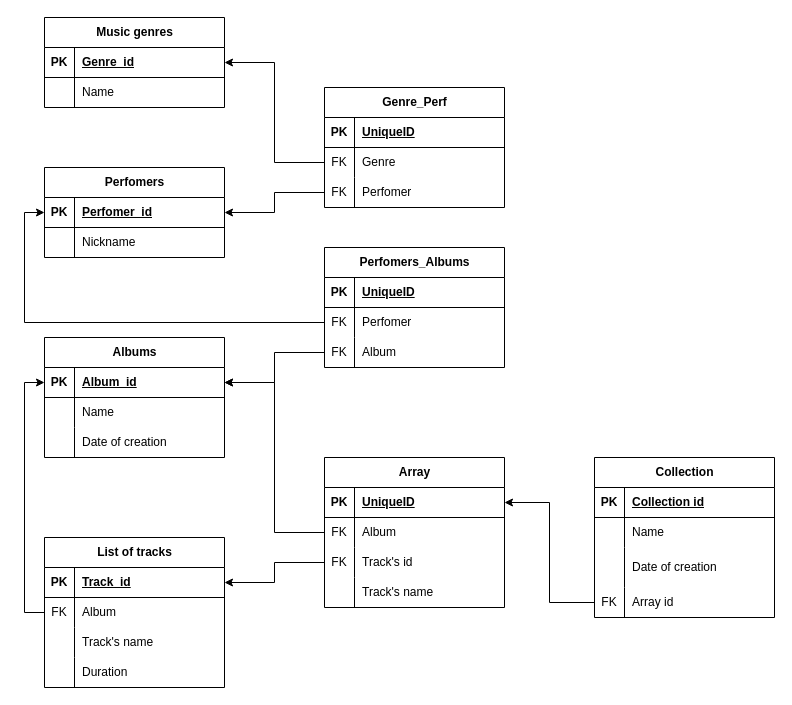
This is DZ - Postgres/dzPOSTGRES.drawio from Astapot/OOP, a draw.io file, before an edit. Source tidied: cells renumbered, new cells numbered last; positions are measured from the earlier drawing's top-left corner, leaving out a move shared by most shapes. Both pictures are drawn from the tidied source at 100%, with x=0, y=0 at pixel (44, 17).
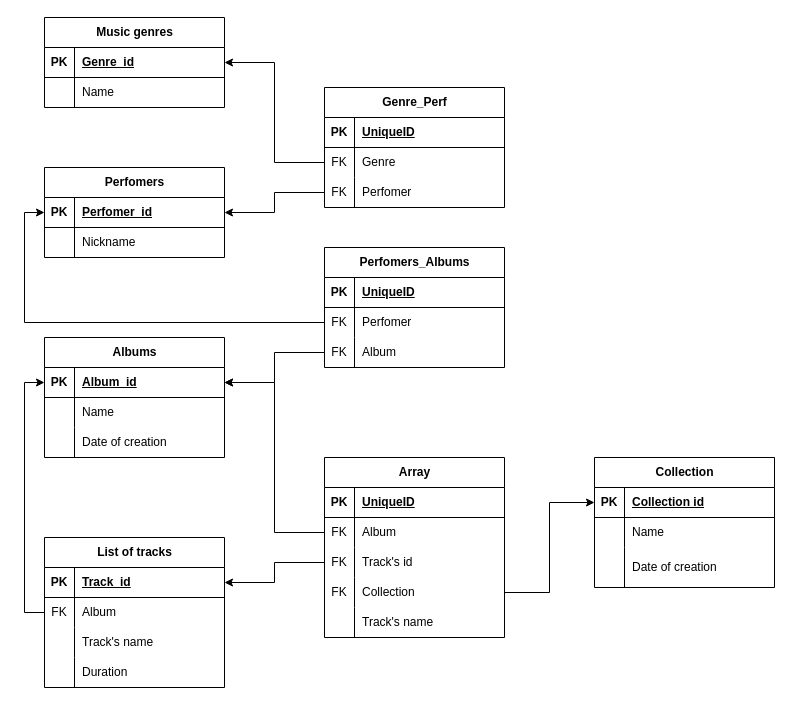
After the change.

Unchanged cells that the change refers to:
```xml
<mxCell id="64" style="shape=tableRow;horizontal=0;startSize=0;swimlaneHead=0;swimlaneBody=0;fillColor=none;points=[[0,0.5],[1,0.5]];portConstraint=eastwest;top=0;left=0;right=0;bottom=1;" parent="63" vertex="1">
  <mxGeometry y="30" width="180" height="30" as="geometry" />
</mxCell>
<mxCell id="78" style="shape=tableRow;horizontal=0;startSize=0;swimlaneHead=0;swimlaneBody=0;fillColor=none;points=[[0,0.5],[1,0.5]];portConstraint=eastwest;top=0;left=0;right=0;bottom=1;" parent="77" vertex="1">
  <mxGeometry y="30" width="180" height="30" as="geometry" />
</mxCell>
```

The edit, as a diff of the source:
```diff
@@
     <mxCell id="63" value="Collection" style="shape=table;startSize=30;childLayout=tableLayout;rowLines=0;fontStyle=1;align=center;html=1;" parent="1" vertex="1">
-      <mxGeometry x="550" y="440" width="180" height="160" as="geometry" />
+      <mxGeometry x="550" y="440" width="180" height="130" as="geometry" />
     </mxCell>
@@
-    <mxCell id="73" style="shape=tableRow;horizontal=0;startSize=0;swimlaneHead=0;swimlaneBody=0;fillColor=none;points=[[0,0.5],[1,0.5]];portConstraint=eastwest;top=0;left=0;right=0;bottom=0;" parent="63" vertex="1">
-      <mxGeometry y="130" width="180" height="30" as="geometry" />
-    </mxCell>
-    <mxCell id="74" value="FK" style="shape=partialRectangle;fillColor=none;top=0;left=0;bottom=0;right=0;overflow=hidden;whiteSpace=wrap;html=1;" parent="73" vertex="1">
-      <mxGeometry width="30" height="30" as="geometry" />
-    </mxCell>
-    <mxCell id="75" value="Array id" style="shape=partialRectangle;fillColor=none;top=0;left=0;bottom=0;right=0;align=left;spacingLeft=6;overflow=hidden;whiteSpace=wrap;html=1;" parent="73" vertex="1">
-      <mxGeometry x="30" width="150" height="30" as="geometry" />
-    </mxCell>
@@
     <mxCell id="77" value="Array" style="shape=table;startSize=30;childLayout=tableLayout;rowLines=0;fontStyle=1;align=center;html=1;" parent="1" vertex="1">
-      <mxGeometry x="280" y="440" width="180" height="150" as="geometry" />
+      <mxGeometry x="280" y="440" width="180" height="180" as="geometry" />
     </mxCell>
@@
+    <mxCell id="93" style="shape=tableRow;horizontal=0;startSize=0;swimlaneHead=0;swimlaneBody=0;fillColor=none;points=[[0,0.5],[1,0.5]];portConstraint=eastwest;top=0;left=0;right=0;bottom=0;" parent="77" vertex="1">
+      <mxGeometry y="120" width="180" height="30" as="geometry" />
+    </mxCell>
+    <mxCell id="74" value="FK" style="shape=partialRectangle;fillColor=none;top=0;left=0;bottom=0;right=0;overflow=hidden;whiteSpace=wrap;html=1;" parent="93" vertex="1">
+      <mxGeometry width="30" height="30" as="geometry" />
+    </mxCell>
+    <mxCell id="94" value="Collection" style="shape=partialRectangle;fillColor=none;top=0;left=0;bottom=0;right=0;align=left;spacingLeft=6;overflow=hidden;whiteSpace=wrap;html=1;" parent="93" vertex="1">
+      <mxGeometry x="30" width="150" height="30" as="geometry" />
+    </mxCell>
     <mxCell id="87" style="shape=tableRow;horizontal=0;startSize=0;swimlaneHead=0;swimlaneBody=0;fillColor=none;top=0;left=0;right=0;bottom=0;" parent="77" vertex="1">
-      <mxGeometry y="120" width="180" height="30" as="geometry" />
+      <mxGeometry y="150" width="180" height="30" as="geometry" />
     </mxCell>
@@
-    <mxCell id="92" style="edgeStyle=orthogonalEdgeStyle;rounded=0;jettySize=auto;html=1;exitX=0;exitY=0.5;exitDx=0;exitDy=0;" parent="1" edge="1" source="73" target="78">
-      <mxGeometry relative="1" as="geometry" />
-    </mxCell>
+    <mxCell id="95" style="edgeStyle=orthogonalEdgeStyle;rounded=0;jettySize=auto;html=1;exitX=1;exitY=0.5;exitDx=0;exitDy=0;entryX=0;entryY=0.5;entryDx=0;entryDy=0;" parent="1" edge="1" source="93" target="64">
+      <mxGeometry relative="1" as="geometry" />
+    </mxCell>
```
